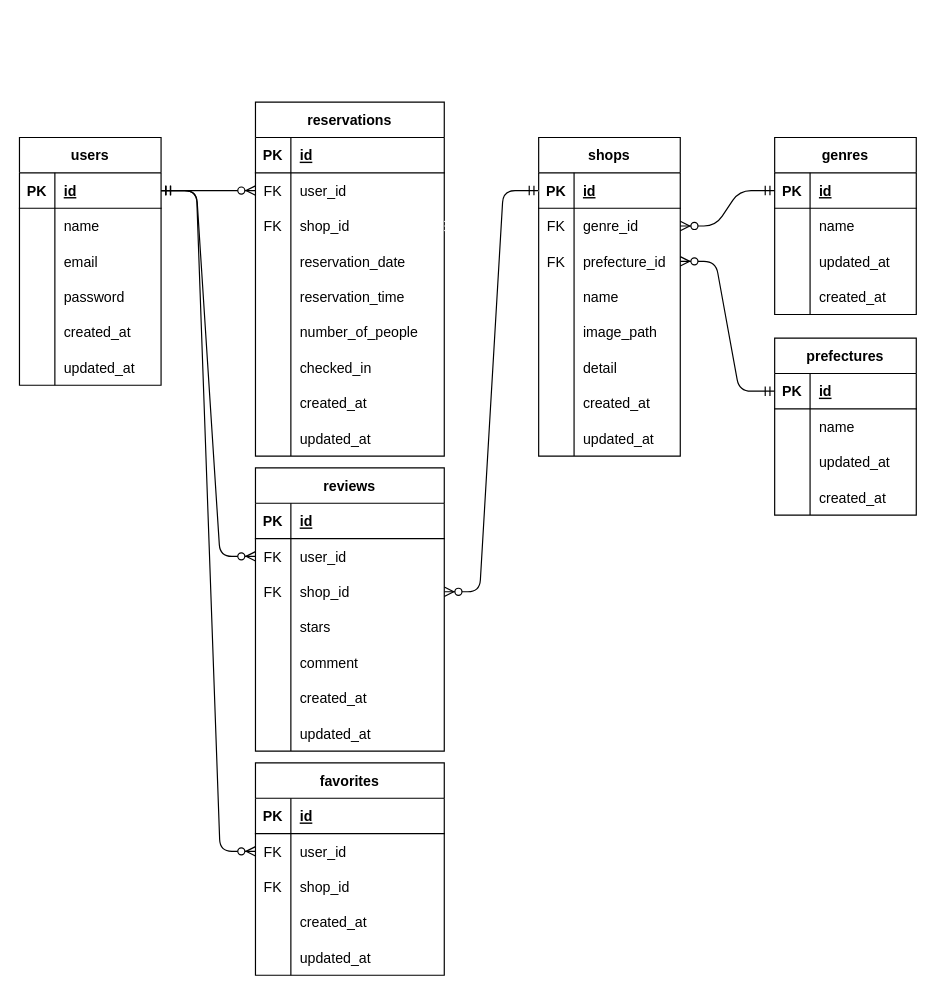
Above: .drawio in teestojko/rese (draw.io), before the change. Source tidied: cells renumbered, new cells numbered last; positions are measured from the earlier drawing's top-left corner, leaving out a move shared by most shapes. Both pictures are drawn from the tidied source at 118%, with x=0, y=0 at pixel (19, 101).
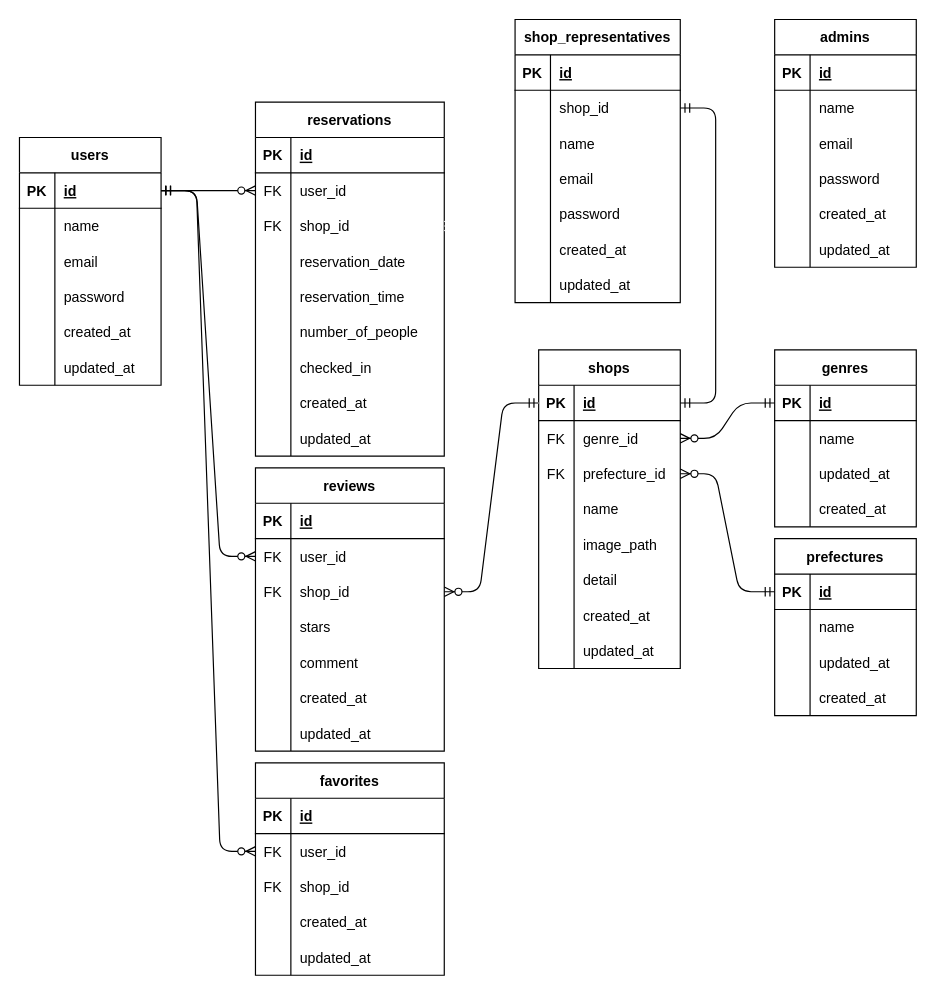
The same diagram, later.

Unchanged cells that the change refers to:
```xml
<mxCell id="3" style="shape=tableRow;horizontal=0;startSize=0;swimlaneHead=0;swimlaneBody=0;fillColor=none;points=[[0,0.5],[1,0.5]];portConstraint=eastwest;top=0;left=0;right=0;bottom=1;" parent="2" vertex="1">
  <mxGeometry y="30" width="120" height="30" as="geometry" />
</mxCell>
```

The edit, as a diff of the source:
```diff
@@
     <mxCell id="2" value="shops" style="shape=table;startSize=30;childLayout=tableLayout;rowLines=0;fontStyle=1;align=center;" parent="1" vertex="1">
-      <mxGeometry x="440" y="30" width="120" height="270" as="geometry" />
+      <mxGeometry x="440" y="210" width="120" height="270" as="geometry" />
     </mxCell>
@@
     <mxCell id="118" value="genres" style="shape=table;startSize=30;childLayout=tableLayout;rowLines=0;fontStyle=1;align=center;" parent="1" vertex="1">
-      <mxGeometry x="640" y="30" width="120" height="150" as="geometry" />
+      <mxGeometry x="640" y="210" width="120" height="150" as="geometry" />
     </mxCell>
@@
     <mxCell id="131" value="prefectures" style="shape=table;startSize=30;childLayout=tableLayout;rowLines=0;fontStyle=1;align=center;" parent="1" vertex="1">
-      <mxGeometry x="640" y="200" width="120" height="150" as="geometry" />
+      <mxGeometry x="640" y="370" width="120" height="150" as="geometry" />
     </mxCell>
@@
+    <mxCell id="146" value="admins" style="shape=table;startSize=30;childLayout=tableLayout;rowLines=0;fontStyle=1;align=center;" parent="1" vertex="1">
+      <mxGeometry x="640" y="-70" width="120" height="210" as="geometry" />
+    </mxCell>
+    <mxCell id="147" style="shape=tableRow;horizontal=0;startSize=0;swimlaneHead=0;swimlaneBody=0;fillColor=none;top=0;left=0;right=0;bottom=1;" parent="146" vertex="1">
+      <mxGeometry y="30" width="120" height="30" as="geometry" />
+    </mxCell>
+    <mxCell id="148" value="PK" style="shape=partialRectangle;fillColor=none;top=0;left=0;bottom=0;right=0;fontStyle=1;overflow=hidden;" parent="147" vertex="1">
+      <mxGeometry width="30" height="30" as="geometry" />
+    </mxCell>
+    <mxCell id="149" value="id" style="shape=partialRectangle;fillColor=none;top=0;left=0;bottom=0;right=0;align=left;spacingLeft=6;fontStyle=5;overflow=hidden;" parent="147" vertex="1">
+      <mxGeometry x="30" width="90" height="30" as="geometry" />
+    </mxCell>
+    <mxCell id="150" style="shape=tableRow;horizontal=0;startSize=0;swimlaneHead=0;swimlaneBody=0;fillColor=none;top=0;left=0;right=0;bottom=0;" parent="146" vertex="1">
+      <mxGeometry y="60" width="120" height="30" as="geometry" />
+    </mxCell>
+    <mxCell id="151" style="shape=partialRectangle;fillColor=none;top=0;left=0;bottom=0;right=0;overflow=hidden;" parent="150" vertex="1">
+      <mxGeometry width="30" height="30" as="geometry" />
+    </mxCell>
+    <mxCell id="152" value="name" style="shape=partialRectangle;fillColor=none;top=0;left=0;bottom=0;right=0;align=left;spacingLeft=6;overflow=hidden;" parent="150" vertex="1">
+      <mxGeometry x="30" width="90" height="30" as="geometry" />
+    </mxCell>
+    <mxCell id="153" style="shape=tableRow;horizontal=0;startSize=0;swimlaneHead=0;swimlaneBody=0;fillColor=none;top=0;left=0;right=0;bottom=0;" parent="146" vertex="1">
+      <mxGeometry y="90" width="120" height="30" as="geometry" />
+    </mxCell>
+    <mxCell id="154" style="shape=partialRectangle;fillColor=none;top=0;left=0;bottom=0;right=0;overflow=hidden;" parent="153" vertex="1">
+      <mxGeometry width="30" height="30" as="geometry" />
+    </mxCell>
+    <mxCell id="155" value="email" style="shape=partialRectangle;fillColor=none;top=0;left=0;bottom=0;right=0;align=left;spacingLeft=6;overflow=hidden;" parent="153" vertex="1">
+      <mxGeometry x="30" width="90" height="30" as="geometry" />
+    </mxCell>
+    <mxCell id="156" style="shape=tableRow;horizontal=0;startSize=0;swimlaneHead=0;swimlaneBody=0;fillColor=none;top=0;left=0;right=0;bottom=0;" parent="146" vertex="1">
+      <mxGeometry y="120" width="120" height="30" as="geometry" />
+    </mxCell>
+    <mxCell id="157" style="shape=partialRectangle;fillColor=none;top=0;left=0;bottom=0;right=0;overflow=hidden;" parent="156" vertex="1">
+      <mxGeometry width="30" height="30" as="geometry" />
+    </mxCell>
+    <mxCell id="158" value="password" style="shape=partialRectangle;fillColor=none;top=0;left=0;bottom=0;right=0;align=left;spacingLeft=6;overflow=hidden;" parent="156" vertex="1">
+      <mxGeometry x="30" width="90" height="30" as="geometry" />
+    </mxCell>
+    <mxCell id="159" style="shape=tableRow;horizontal=0;startSize=0;swimlaneHead=0;swimlaneBody=0;fillColor=none;top=0;left=0;right=0;bottom=0;" parent="146" vertex="1">
+      <mxGeometry y="150" width="120" height="30" as="geometry" />
+    </mxCell>
+    <mxCell id="160" style="shape=partialRectangle;fillColor=none;top=0;left=0;bottom=0;right=0;overflow=hidden;" parent="159" vertex="1">
+      <mxGeometry width="30" height="30" as="geometry" />
+    </mxCell>
+    <mxCell id="161" value="created_at" style="shape=partialRectangle;fillColor=none;top=0;left=0;bottom=0;right=0;align=left;spacingLeft=6;overflow=hidden;" parent="159" vertex="1">
+      <mxGeometry x="30" width="90" height="30" as="geometry" />
+    </mxCell>
+    <mxCell id="162" style="shape=tableRow;horizontal=0;startSize=0;swimlaneHead=0;swimlaneBody=0;fillColor=none;top=0;left=0;right=0;bottom=0;" parent="146" vertex="1">
+      <mxGeometry y="180" width="120" height="30" as="geometry" />
+    </mxCell>
+    <mxCell id="163" style="shape=partialRectangle;fillColor=none;top=0;left=0;bottom=0;right=0;overflow=hidden;" parent="162" vertex="1">
+      <mxGeometry width="30" height="30" as="geometry" />
+    </mxCell>
+    <mxCell id="164" value="updated_at" style="shape=partialRectangle;fillColor=none;top=0;left=0;bottom=0;right=0;align=left;spacingLeft=6;overflow=hidden;" parent="162" vertex="1">
+      <mxGeometry x="30" width="90" height="30" as="geometry" />
+    </mxCell>
+    <mxCell id="165" value="shop_representatives" style="shape=table;startSize=30;childLayout=tableLayout;rowLines=0;fontStyle=1;align=center;" parent="1" vertex="1">
+      <mxGeometry x="420" y="-70" width="140" height="240" as="geometry" />
+    </mxCell>
+    <mxCell id="166" style="shape=tableRow;horizontal=0;startSize=0;swimlaneHead=0;swimlaneBody=0;fillColor=none;top=0;left=0;right=0;bottom=1;" parent="165" vertex="1">
+      <mxGeometry y="30" width="140" height="30" as="geometry" />
+    </mxCell>
+    <mxCell id="167" value="PK" style="shape=partialRectangle;fillColor=none;top=0;left=0;bottom=0;right=0;fontStyle=1;overflow=hidden;" parent="166" vertex="1">
+      <mxGeometry width="30" height="30" as="geometry" />
+    </mxCell>
+    <mxCell id="168" value="id" style="shape=partialRectangle;fillColor=none;top=0;left=0;bottom=0;right=0;align=left;spacingLeft=6;fontStyle=5;overflow=hidden;" parent="166" vertex="1">
+      <mxGeometry x="30" width="110" height="30" as="geometry" />
+    </mxCell>
+    <mxCell id="169" style="shape=tableRow;horizontal=0;startSize=0;swimlaneHead=0;swimlaneBody=0;fillColor=none;points=[[0,0.5],[1,0.5]];portConstraint=eastwest;top=0;left=0;right=0;bottom=0;" parent="165" vertex="1">
+      <mxGeometry y="60" width="140" height="30" as="geometry" />
+    </mxCell>
+    <mxCell id="170" style="shape=partialRectangle;fillColor=none;top=0;left=0;bottom=0;right=0;overflow=hidden;" parent="169" vertex="1">
+      <mxGeometry width="30" height="30" as="geometry" />
+    </mxCell>
+    <mxCell id="171" value="shop_id" style="shape=partialRectangle;fillColor=none;top=0;left=0;bottom=0;right=0;align=left;spacingLeft=6;overflow=hidden;" parent="169" vertex="1">
+      <mxGeometry x="30" width="110" height="30" as="geometry" />
+    </mxCell>
+    <mxCell id="172" style="shape=tableRow;horizontal=0;startSize=0;swimlaneHead=0;swimlaneBody=0;fillColor=none;top=0;left=0;right=0;bottom=0;" parent="165" vertex="1">
+      <mxGeometry y="90" width="140" height="30" as="geometry" />
+    </mxCell>
+    <mxCell id="173" style="shape=partialRectangle;fillColor=none;top=0;left=0;bottom=0;right=0;overflow=hidden;" parent="172" vertex="1">
+      <mxGeometry width="30" height="30" as="geometry" />
+    </mxCell>
+    <mxCell id="174" value="name" style="shape=partialRectangle;fillColor=none;top=0;left=0;bottom=0;right=0;align=left;spacingLeft=6;overflow=hidden;" parent="172" vertex="1">
+      <mxGeometry x="30" width="110" height="30" as="geometry" />
+    </mxCell>
+    <mxCell id="175" style="shape=tableRow;horizontal=0;startSize=0;swimlaneHead=0;swimlaneBody=0;fillColor=none;top=0;left=0;right=0;bottom=0;" parent="165" vertex="1">
+      <mxGeometry y="120" width="140" height="30" as="geometry" />
+    </mxCell>
+    <mxCell id="176" style="shape=partialRectangle;fillColor=none;top=0;left=0;bottom=0;right=0;overflow=hidden;" parent="175" vertex="1">
+      <mxGeometry width="30" height="30" as="geometry" />
+    </mxCell>
+    <mxCell id="177" value="email" style="shape=partialRectangle;fillColor=none;top=0;left=0;bottom=0;right=0;align=left;spacingLeft=6;overflow=hidden;" parent="175" vertex="1">
+      <mxGeometry x="30" width="110" height="30" as="geometry" />
+    </mxCell>
+    <mxCell id="178" style="shape=tableRow;horizontal=0;startSize=0;swimlaneHead=0;swimlaneBody=0;fillColor=none;top=0;left=0;right=0;bottom=0;" parent="165" vertex="1">
+      <mxGeometry y="150" width="140" height="30" as="geometry" />
+    </mxCell>
+    <mxCell id="179" style="shape=partialRectangle;fillColor=none;top=0;left=0;bottom=0;right=0;overflow=hidden;" parent="178" vertex="1">
+      <mxGeometry width="30" height="30" as="geometry" />
+    </mxCell>
+    <mxCell id="180" value="password" style="shape=partialRectangle;fillColor=none;top=0;left=0;bottom=0;right=0;align=left;spacingLeft=6;overflow=hidden;" parent="178" vertex="1">
+      <mxGeometry x="30" width="110" height="30" as="geometry" />
+    </mxCell>
+    <mxCell id="181" style="shape=tableRow;horizontal=0;startSize=0;swimlaneHead=0;swimlaneBody=0;fillColor=none;top=0;left=0;right=0;bottom=0;" parent="165" vertex="1">
+      <mxGeometry y="180" width="140" height="30" as="geometry" />
+    </mxCell>
+    <mxCell id="182" style="shape=partialRectangle;fillColor=none;top=0;left=0;bottom=0;right=0;overflow=hidden;" parent="181" vertex="1">
+      <mxGeometry width="30" height="30" as="geometry" />
+    </mxCell>
+    <mxCell id="183" value="created_at" style="shape=partialRectangle;fillColor=none;top=0;left=0;bottom=0;right=0;align=left;spacingLeft=6;overflow=hidden;" parent="181" vertex="1">
+      <mxGeometry x="30" width="110" height="30" as="geometry" />
+    </mxCell>
+    <mxCell id="184" style="shape=tableRow;horizontal=0;startSize=0;swimlaneHead=0;swimlaneBody=0;fillColor=none;top=0;left=0;right=0;bottom=0;" parent="165" vertex="1">
+      <mxGeometry y="210" width="140" height="30" as="geometry" />
+    </mxCell>
+    <mxCell id="185" style="shape=partialRectangle;fillColor=none;top=0;left=0;bottom=0;right=0;overflow=hidden;" parent="184" vertex="1">
+      <mxGeometry width="30" height="30" as="geometry" />
+    </mxCell>
+    <mxCell id="186" value="updated_at" style="shape=partialRectangle;fillColor=none;top=0;left=0;bottom=0;right=0;align=left;spacingLeft=6;overflow=hidden;" parent="184" vertex="1">
+      <mxGeometry x="30" width="110" height="30" as="geometry" />
+    </mxCell>
+    <mxCell id="187" style="edgeStyle=entityRelationEdgeStyle;fontSize=12;html=1;endArrow=ERmandOne;startArrow=ERmandOne;" parent="1" edge="1" source="169" target="3">
+      <mxGeometry relative="1" as="geometry" />
+    </mxCell>
```
